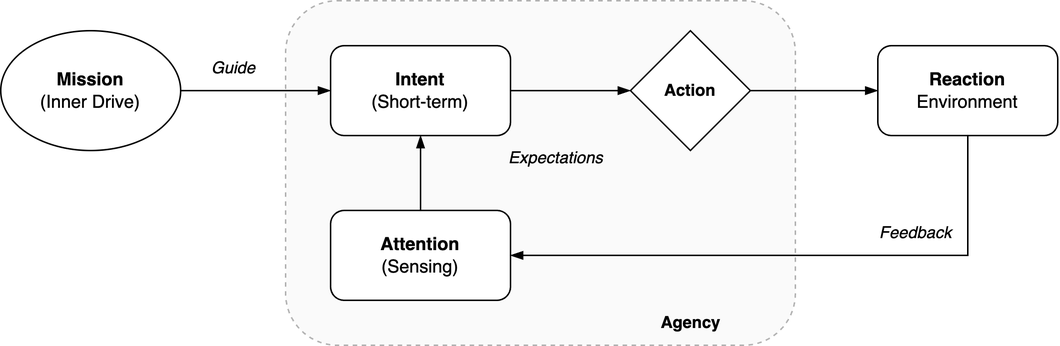
This is img/behaviour-intent.png from voschezang/coding-handbook, a draw.io export, as it was before one commit. Source tidied: cells renumbered, new cells last; positions are measured from the earlier drawing's top-left corner, leaving out a move shared by most shapes.
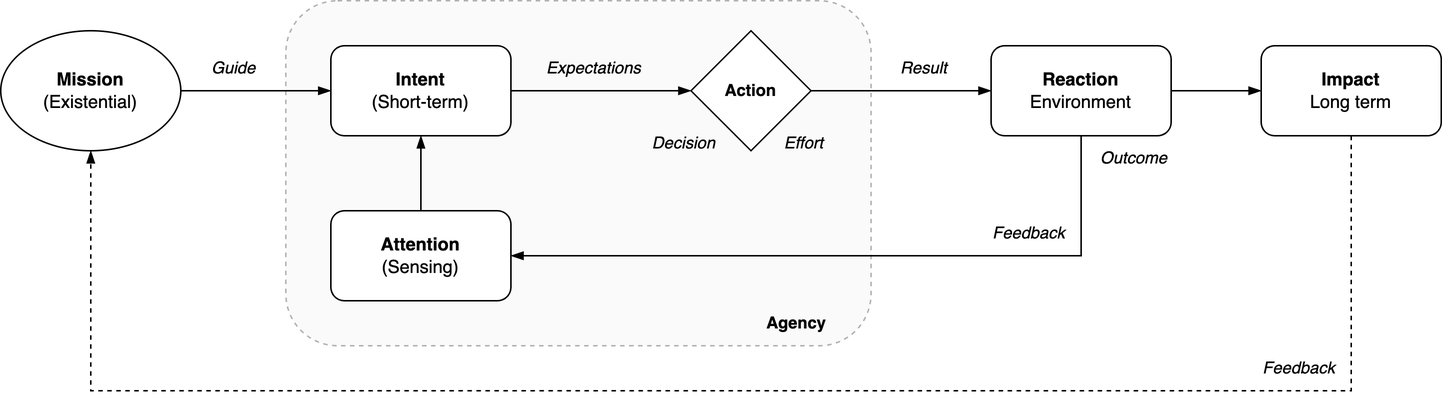
Above is the later version.

Change to the diagram source:
```diff
@@ -3,12 +3,12 @@
     <mxCell id="0" />
     <mxCell id="1" parent="0" />
     <mxCell id="2" style="rounded=1;whiteSpace=wrap;html=1;fontFamily=Helvetica;fontSize=11;fontColor=#333333;dashed=1;fillColor=#f5f5f5;strokeColor=#666666;opacity=50;" parent="1" vertex="1">
-      <mxGeometry x="190" width="340" height="230" as="geometry" />
+      <mxGeometry x="190" width="390" height="230" as="geometry" />
     </mxCell>
     <mxCell id="3" style="edgeStyle=orthogonalEdgeStyle;rounded=0;jettySize=auto;html=1;exitX=1;exitY=0.5;exitDx=0;exitDy=0;entryX=0;entryY=0.5;entryDx=0;entryDy=0;endArrow=blockThin;endFill=1;" parent="1" edge="1" source="4" target="6">
       <mxGeometry relative="1" as="geometry" />
     </mxCell>
-    <mxCell id="4" value="&lt;b&gt;Mission&lt;/b&gt;&lt;br&gt;(Inner Drive)" style="ellipse;whiteSpace=wrap;html=1;" parent="1" vertex="1">
+    <mxCell id="4" value="&lt;b&gt;Mission&lt;/b&gt;&lt;br&gt;(Existential)" style="ellipse;whiteSpace=wrap;html=1;" parent="1" vertex="1">
       <mxGeometry y="20" width="120" height="80" as="geometry" />
     </mxCell>
     <mxCell id="5" style="edgeStyle=orthogonalEdgeStyle;shape=connector;rounded=0;jettySize=auto;html=1;exitX=1;exitY=0.5;exitDx=0;exitDy=0;entryX=0;entryY=0.5;entryDx=0;entryDy=0;labelBackgroundColor=default;strokeColor=default;align=center;verticalAlign=middle;fontFamily=Helvetica;fontSize=11;fontColor=default;endArrow=blockThin;endFill=1;" parent="1" edge="1" source="6" target="10">
@@ -23,29 +23,58 @@
     <mxCell id="8" value="&lt;b&gt;Attention&lt;/b&gt;&lt;br&gt;(Sensing)" style="rounded=1;whiteSpace=wrap;html=1;" parent="1" vertex="1">
       <mxGeometry x="220" y="140" width="120" height="60" as="geometry" />
     </mxCell>
-    <mxCell id="9" style="edgeStyle=orthogonalEdgeStyle;shape=connector;rounded=0;jettySize=auto;html=1;exitX=1;exitY=0.5;exitDx=0;exitDy=0;entryX=0;entryY=0.5;entryDx=0;entryDy=0;labelBackgroundColor=default;strokeColor=default;align=center;verticalAlign=middle;fontFamily=Helvetica;fontSize=11;fontColor=default;endArrow=blockThin;endFill=1;" parent="1" edge="1" source="10" target="13">
+    <mxCell id="9" style="edgeStyle=orthogonalEdgeStyle;shape=connector;rounded=0;jettySize=auto;html=1;exitX=1;exitY=0.5;exitDx=0;exitDy=0;entryX=0;entryY=0.5;entryDx=0;entryDy=0;labelBackgroundColor=default;strokeColor=default;align=center;verticalAlign=middle;fontFamily=Helvetica;fontSize=11;fontColor=default;endArrow=blockThin;endFill=1;" parent="1" edge="1" source="10" target="14">
       <mxGeometry relative="1" as="geometry" />
     </mxCell>
     <mxCell id="10" value="&lt;b&gt;Action&lt;/b&gt;" style="rhombus;whiteSpace=wrap;html=1;fontFamily=Helvetica;fontSize=11;" parent="1" vertex="1">
-      <mxGeometry x="420" y="20" width="80" height="80" as="geometry" />
+      <mxGeometry x="460" y="20" width="80" height="80" as="geometry" />
     </mxCell>
     <mxCell id="11" value="Agency" style="text;html=1;align=center;verticalAlign=middle;strokeColor=none;fillColor=none;fontSize=11;fontFamily=Helvetica;fontColor=default;fontStyle=1;" parent="1" vertex="1">
-      <mxGeometry x="430" y="200" width="60" height="30" as="geometry" />
+      <mxGeometry x="500" y="200" width="60" height="30" as="geometry" />
     </mxCell>
-    <mxCell id="12" style="edgeStyle=orthogonalEdgeStyle;shape=connector;rounded=0;jettySize=auto;html=1;exitX=0.5;exitY=1;exitDx=0;exitDy=0;entryX=1;entryY=0.5;entryDx=0;entryDy=0;labelBackgroundColor=default;strokeColor=default;align=center;verticalAlign=middle;fontFamily=Helvetica;fontSize=11;fontColor=default;endArrow=blockThin;endFill=1;" parent="1" edge="1" source="13" target="8">
+    <mxCell id="12" style="edgeStyle=orthogonalEdgeStyle;shape=connector;rounded=0;jettySize=auto;html=1;exitX=0.5;exitY=1;exitDx=0;exitDy=0;entryX=1;entryY=0.5;entryDx=0;entryDy=0;labelBackgroundColor=default;strokeColor=default;align=center;verticalAlign=middle;fontFamily=Helvetica;fontSize=11;fontColor=default;endArrow=blockThin;endFill=1;" parent="1" edge="1" source="14" target="8">
       <mxGeometry relative="1" as="geometry" />
     </mxCell>
-    <mxCell id="13" value="&lt;b&gt;Reaction&lt;/b&gt;&lt;br&gt;Environment" style="rounded=1;whiteSpace=wrap;html=1;" parent="1" vertex="1">
-      <mxGeometry x="585" y="30" width="120" height="60" as="geometry" />
+    <mxCell id="13" style="edgeStyle=none;shape=connector;rounded=0;jettySize=auto;html=1;exitX=1;exitY=0.5;exitDx=0;exitDy=0;entryX=0;entryY=0.5;entryDx=0;entryDy=0;labelBackgroundColor=default;strokeColor=default;align=center;verticalAlign=middle;fontFamily=Helvetica;fontSize=11;fontColor=default;endArrow=blockThin;endFill=1;" parent="1" edge="1" source="14" target="20">
+      <mxGeometry relative="1" as="geometry" />
     </mxCell>
-    <mxCell id="14" value="Feedback" style="text;html=1;align=center;verticalAlign=middle;points=[];strokeColor=none;fillColor=none;fontSize=11;fontFamily=Helvetica;fontColor=default;fontStyle=2;" parent="1" vertex="1">
-      <mxGeometry x="575" y="140" width="70" height="30" as="geometry" />
+    <mxCell id="14" value="&lt;b&gt;Reaction&lt;/b&gt;&lt;br&gt;Environment" style="rounded=1;whiteSpace=wrap;html=1;" parent="1" vertex="1">
+      <mxGeometry x="660" y="30" width="120" height="60" as="geometry" />
     </mxCell>
-    <mxCell id="15" value="Guide" style="text;html=1;align=center;verticalAlign=middle;strokeColor=none;fillColor=none;fontSize=11;fontFamily=Helvetica;fontColor=default;fontStyle=2;" parent="1" vertex="1">
-      <mxGeometry x="130" y="30" width="50" height="30" as="geometry" />
+    <mxCell id="15" value="Feedback" style="text;html=1;align=center;verticalAlign=middle;strokeColor=none;fillColor=none;fontSize=11;fontFamily=Helvetica;fontColor=default;fontStyle=2;" parent="1" vertex="1">
+      <mxGeometry x="650" y="140" width="70" height="30" as="geometry" />
     </mxCell>
-    <mxCell id="16" value="Expectations" style="text;html=1;align=center;verticalAlign=middle;strokeColor=none;fillColor=none;fontSize=11;fontFamily=Helvetica;fontColor=default;fontStyle=2;" parent="1" vertex="1">
-      <mxGeometry x="325" y="90" width="90" height="30" as="geometry" />
+    <mxCell id="16" value="Guide" style="text;html=1;align=center;verticalAlign=middle;strokeColor=none;fillColor=none;fontSize=11;fontFamily=Helvetica;fontColor=default;fontStyle=2;" parent="1" vertex="1">
+      <mxGeometry x="130" y="30" width="50" height="30" as="geometry" />
     </mxCell>
+    <mxCell id="17" value="Expectations" style="text;html=1;align=center;verticalAlign=middle;strokeColor=none;fillColor=none;fontSize=11;fontFamily=Helvetica;fontColor=default;fontStyle=2;" parent="1" vertex="1">
+      <mxGeometry x="350" y="30" width="90" height="30" as="geometry" />
+    </mxCell>
+    <mxCell id="18" value="Effort" style="text;html=1;align=center;verticalAlign=middle;strokeColor=none;fillColor=none;fontSize=11;fontFamily=Helvetica;fontColor=default;fontStyle=2;" parent="1" vertex="1">
+      <mxGeometry x="510" y="80" width="50" height="30" as="geometry" />
+    </mxCell>
+    <mxCell id="19" style="edgeStyle=none;shape=connector;rounded=0;jettySize=auto;html=1;exitX=0.5;exitY=1;exitDx=0;exitDy=0;entryX=0.5;entryY=1;entryDx=0;entryDy=0;labelBackgroundColor=default;strokeColor=default;align=center;verticalAlign=middle;fontFamily=Helvetica;fontSize=11;fontColor=default;endArrow=blockThin;endFill=1;dashed=1;" parent="1" edge="1" source="20" target="4">
+      <mxGeometry relative="1" as="geometry">
+        <Array as="points">
+          <mxPoint x="900" y="260" />
+          <mxPoint x="60" y="260" />
+        </Array>
+      </mxGeometry>
+    </mxCell>
+    <mxCell id="20" value="&lt;b&gt;Impact&lt;/b&gt;&lt;br&gt;Long term" style="rounded=1;whiteSpace=wrap;html=1;" parent="1" vertex="1">
+      <mxGeometry x="840" y="30" width="120" height="60" as="geometry" />
+    </mxCell>
+    <mxCell id="21" value="Outcome" style="text;html=1;align=center;verticalAlign=middle;strokeColor=none;fillColor=none;fontSize=11;fontFamily=Helvetica;fontColor=default;fontStyle=2;" parent="1" vertex="1">
+      <mxGeometry x="720" y="90" width="70" height="30" as="geometry" />
+    </mxCell>
+    <mxCell id="22" value="Feedback" style="text;html=1;align=center;verticalAlign=middle;strokeColor=none;fillColor=none;fontSize=11;fontFamily=Helvetica;fontColor=default;fontStyle=2;" parent="1" vertex="1">
+      <mxGeometry x="830" y="230" width="70" height="30" as="geometry" />
+    </mxCell>
+    <mxCell id="23" value="Decision" style="text;html=1;align=center;verticalAlign=middle;strokeColor=none;fillColor=none;fontSize=11;fontFamily=Helvetica;fontColor=default;fontStyle=2;" parent="1" vertex="1">
+      <mxGeometry x="420" y="80" width="70" height="30" as="geometry" />
+    </mxCell>
+    <mxCell id="24" value="Result" style="text;html=1;align=center;verticalAlign=middle;strokeColor=none;fillColor=none;fontSize=11;fontFamily=Helvetica;fontColor=default;fontStyle=2;" parent="1" vertex="1">
+      <mxGeometry x="590" y="30" width="50" height="30" as="geometry" />
+    </mxCell>
   </root>
 </mxGraphModel>
```
